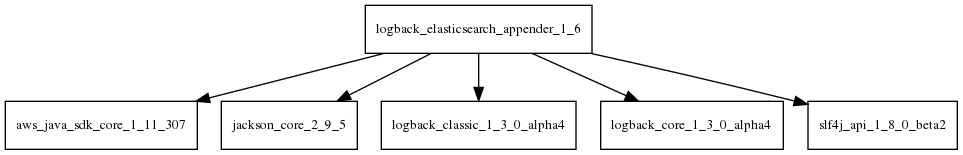
sjvs/cia keeps this Graphviz diagram as tattleTaleReport/graphviz/logback-elasticsearch-appender-1.6.jar/logback-elasticsearch-appender-1.6.jar.png. Above is the earlier version. Its source is kept beside it as tattleTaleReport/graphviz/logback-elasticsearch-appender-1.6.jar/logback-elasticsearch-appender-1.6.jar.dot.
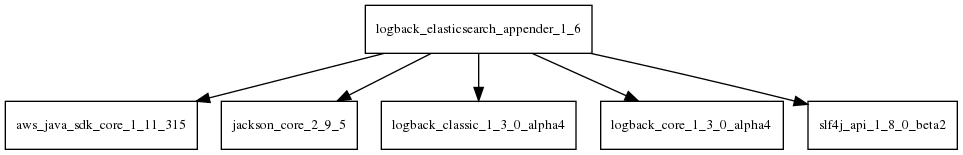
After the commit.

Change to the diagram source:
```diff
@@ -1,6 +1,6 @@
 digraph logback_elasticsearch_appender_1_6_dependencies {
   node [shape = box, fontsize=10.0];
-  logback_elasticsearch_appender_1_6 -> aws_java_sdk_core_1_11_307;
+  logback_elasticsearch_appender_1_6 -> aws_java_sdk_core_1_11_315;
   logback_elasticsearch_appender_1_6 -> jackson_core_2_9_5;
   logback_elasticsearch_appender_1_6 -> logback_classic_1_3_0_alpha4;
   logback_elasticsearch_appender_1_6 -> logback_core_1_3_0_alpha4;
```
